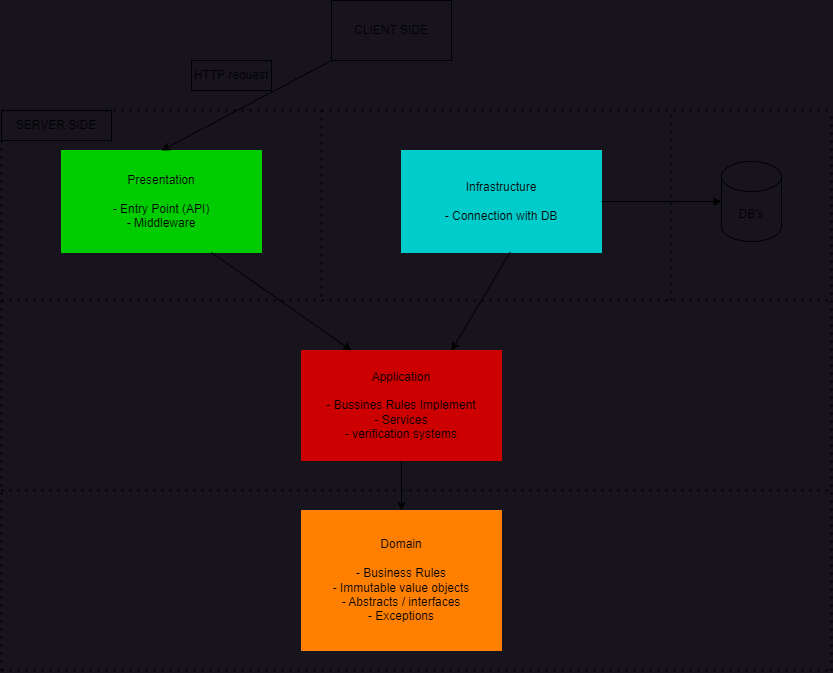
Before: documentation/ArchitectureServerSide.png, a diagram exported from draw.io (JhoelForero/arise_fragance_store). Source tidied: cells renumbered, new cells last; positions are measured from the earlier drawing's top-left corner, leaving out a move shared by most shapes.
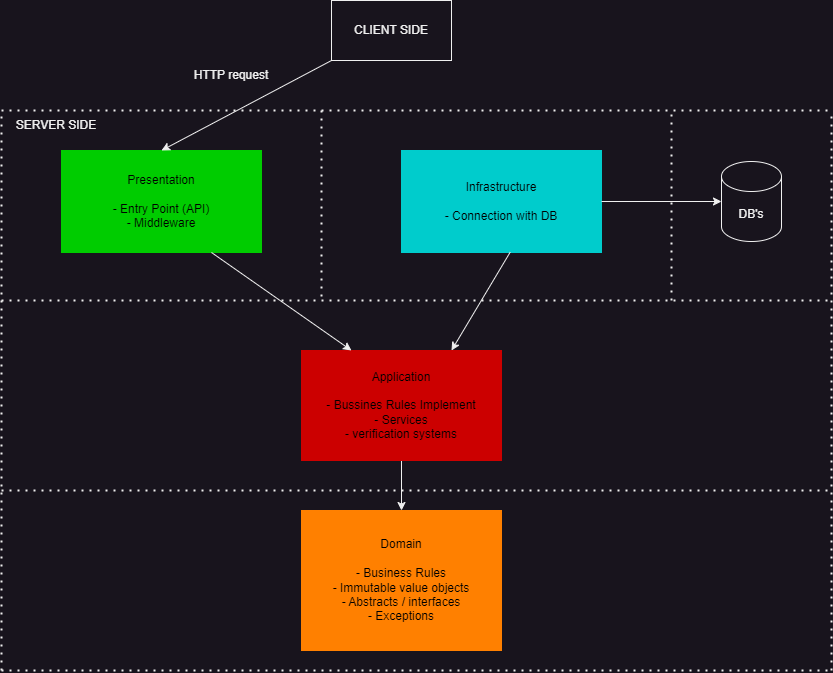
The same diagram one commit later.

Commit message:
changed background of achitecture diagram

What changed in the source:
```diff
@@ -2,7 +2,7 @@
   <root>
     <mxCell id="0" />
     <mxCell id="1" parent="0" />
-    <mxCell id="2" style="endArrow=none;dashed=1;html=1;dashPattern=1 3;strokeWidth=2;rounded=0;strokeColor=#000000;" parent="1" edge="1">
+    <mxCell id="2" style="endArrow=none;dashed=1;html=1;dashPattern=1 3;strokeWidth=2;rounded=0;" parent="1" edge="1">
       <mxGeometry relative="1" as="geometry">
         <mxPoint y="490" as="sourcePoint" />
         <mxPoint x="830" y="490" as="targetPoint" />
@@ -11,19 +11,19 @@
     <mxCell id="3" value="&lt;font color=&quot;#000000&quot;&gt;Domain&lt;/font&gt;&lt;div&gt;&lt;font color=&quot;#000000&quot;&gt;&lt;br&gt;&lt;/font&gt;&lt;div&gt;&lt;font color=&quot;#000000&quot;&gt;- Business Rules&lt;/font&gt;&lt;/div&gt;&lt;/div&gt;&lt;div&gt;&lt;font color=&quot;#000000&quot;&gt;- Immutable value objects&lt;/font&gt;&lt;/div&gt;&lt;div&gt;&lt;font color=&quot;#000000&quot;&gt;- Abstracts / interfaces&lt;/font&gt;&lt;/div&gt;&lt;div&gt;&lt;font color=&quot;#000000&quot;&gt;- Exceptions&lt;/font&gt;&lt;/div&gt;" style="rounded=0;whiteSpace=wrap;html=1;fillColor=#FF8000;shadow=0;strokeColor=#FF8000;" parent="1" vertex="1">
       <mxGeometry x="300" y="510" width="200" height="140" as="geometry" />
     </mxCell>
-    <mxCell id="4" style="endArrow=classic;html=1;rounded=0;entryX=0.5;entryY=0;entryDx=0;entryDy=0;exitX=0.5;exitY=1;exitDx=0;exitDy=0;strokeColor=#000000;" parent="1" edge="1" source="5" target="3">
+    <mxCell id="4" style="endArrow=classic;html=1;rounded=0;entryX=0.5;entryY=0;entryDx=0;entryDy=0;exitX=0.5;exitY=1;exitDx=0;exitDy=0;" parent="1" edge="1" source="5" target="3">
       <mxGeometry relative="1" as="geometry" />
     </mxCell>
     <mxCell id="5" value="&lt;font color=&quot;#000000&quot;&gt;Applicati&lt;span style=&quot;background-color: initial;&quot;&gt;on&lt;/span&gt;&lt;/font&gt;&lt;div&gt;&lt;font color=&quot;#000000&quot;&gt;&lt;br&gt;&lt;/font&gt;&lt;div&gt;&lt;div&gt;&lt;font color=&quot;#000000&quot;&gt;- Bussines Rules Implement&lt;/font&gt;&lt;/div&gt;&lt;div&gt;&lt;font color=&quot;#000000&quot;&gt;- Services&lt;/font&gt;&lt;/div&gt;&lt;/div&gt;&lt;/div&gt;&lt;div&gt;&lt;font color=&quot;#000000&quot;&gt;- verification systems&lt;/font&gt;&lt;/div&gt;" style="rounded=0;whiteSpace=wrap;html=1;fillColor=#CC0000;shadow=0;strokeColor=#CC0000;" parent="1" vertex="1">
       <mxGeometry x="300" y="350" width="200" height="110" as="geometry" />
     </mxCell>
-    <mxCell id="6" style="endArrow=none;dashed=1;html=1;dashPattern=1 3;strokeWidth=2;rounded=0;strokeColor=#000000;" parent="1" edge="1">
+    <mxCell id="6" style="endArrow=none;dashed=1;html=1;dashPattern=1 3;strokeWidth=2;rounded=0;" parent="1" edge="1">
       <mxGeometry relative="1" as="geometry">
         <mxPoint y="300" as="sourcePoint" />
         <mxPoint x="830" y="300" as="targetPoint" />
       </mxGeometry>
     </mxCell>
-    <mxCell id="7" style="endArrow=none;dashed=1;html=1;dashPattern=1 3;strokeWidth=2;rounded=0;strokeColor=#000000;" parent="1" edge="1">
+    <mxCell id="7" style="endArrow=none;dashed=1;html=1;dashPattern=1 3;strokeWidth=2;rounded=0;" parent="1" edge="1">
       <mxGeometry relative="1" as="geometry">
         <mxPoint x="320" y="296" as="sourcePoint" />
         <mxPoint x="320" y="106" as="targetPoint" />
@@ -32,61 +32,61 @@
     <mxCell id="8" value="&lt;font color=&quot;#000000&quot;&gt;Presentation&lt;/font&gt;&lt;div&gt;&lt;font color=&quot;#000000&quot;&gt;&lt;br&gt;&lt;/font&gt;&lt;/div&gt;&lt;div&gt;&lt;font color=&quot;#000000&quot;&gt;- Entry Point (API)&lt;/font&gt;&lt;/div&gt;&lt;div&gt;&lt;font color=&quot;#000000&quot;&gt;- Middleware&lt;/font&gt;&lt;/div&gt;" style="rounded=0;whiteSpace=wrap;html=1;fillColor=#00CC00;shadow=0;strokeColor=#00CC00;" parent="1" vertex="1">
       <mxGeometry x="60" y="150" width="200" height="102" as="geometry" />
     </mxCell>
-    <mxCell id="9" style="endArrow=classic;html=1;rounded=0;entryX=0.25;entryY=0;entryDx=0;entryDy=0;exitX=0.75;exitY=1;exitDx=0;exitDy=0;strokeColor=#000000;" parent="1" edge="1" source="8" target="5">
+    <mxCell id="9" style="endArrow=classic;html=1;rounded=0;entryX=0.25;entryY=0;entryDx=0;entryDy=0;exitX=0.75;exitY=1;exitDx=0;exitDy=0;" parent="1" edge="1" source="8" target="5">
       <mxGeometry relative="1" as="geometry" />
     </mxCell>
     <mxCell id="10" value="&lt;font color=&quot;#000000&quot;&gt;Infrastructure&lt;/font&gt;&lt;div&gt;&lt;font color=&quot;#000000&quot;&gt;&lt;br&gt;&lt;/font&gt;&lt;/div&gt;&lt;div&gt;&lt;font color=&quot;#000000&quot;&gt;- Connection with DB&lt;/font&gt;&lt;/div&gt;" style="rounded=0;whiteSpace=wrap;html=1;fillColor=#00CCCC;shadow=0;strokeColor=#00CCCC;" parent="1" vertex="1">
       <mxGeometry x="400" y="150" width="200" height="102" as="geometry" />
     </mxCell>
-    <mxCell id="11" style="endArrow=classic;html=1;rounded=0;exitX=0.544;exitY=0.995;exitDx=0;exitDy=0;entryX=0.75;entryY=0;entryDx=0;entryDy=0;exitPerimeter=0;strokeColor=#000000;" parent="1" edge="1" source="10" target="5">
+    <mxCell id="11" style="endArrow=classic;html=1;rounded=0;exitX=0.544;exitY=0.995;exitDx=0;exitDy=0;entryX=0.75;entryY=0;entryDx=0;entryDy=0;exitPerimeter=0;" parent="1" edge="1" source="10" target="5">
       <mxGeometry relative="1" as="geometry" />
     </mxCell>
-    <mxCell id="12" style="endArrow=none;dashed=1;html=1;dashPattern=1 3;strokeWidth=2;rounded=0;strokeColor=#000000;" parent="1" edge="1">
+    <mxCell id="12" style="endArrow=none;dashed=1;html=1;dashPattern=1 3;strokeWidth=2;rounded=0;" parent="1" edge="1">
       <mxGeometry relative="1" as="geometry">
         <mxPoint x="670" y="300" as="sourcePoint" />
         <mxPoint x="670" y="110" as="targetPoint" />
       </mxGeometry>
     </mxCell>
-    <mxCell id="13" value="&lt;font color=&quot;#000000&quot;&gt;DB's&lt;/font&gt;" style="shape=cylinder3;whiteSpace=wrap;html=1;boundedLbl=1;backgroundOutline=1;size=15;strokeColor=#000000;" parent="1" vertex="1">
+    <mxCell id="13" value="DB's" style="shape=cylinder3;whiteSpace=wrap;html=1;boundedLbl=1;backgroundOutline=1;size=15;" parent="1" vertex="1">
       <mxGeometry x="720" y="161" width="60" height="80" as="geometry" />
     </mxCell>
-    <mxCell id="14" style="endArrow=classic;html=1;rounded=0;exitX=1;exitY=0.5;exitDx=0;exitDy=0;entryX=0;entryY=0.5;entryDx=0;entryDy=0;entryPerimeter=0;strokeColor=#000000;" parent="1" edge="1" source="10" target="13">
+    <mxCell id="14" style="endArrow=classic;html=1;rounded=0;exitX=1;exitY=0.5;exitDx=0;exitDy=0;entryX=0;entryY=0.5;entryDx=0;entryDy=0;entryPerimeter=0;" parent="1" edge="1" source="10" target="13">
       <mxGeometry relative="1" as="geometry" />
     </mxCell>
-    <mxCell id="15" style="endArrow=none;dashed=1;html=1;dashPattern=1 3;strokeWidth=2;rounded=0;strokeColor=#000000;" parent="1" edge="1">
+    <mxCell id="15" style="endArrow=none;dashed=1;html=1;dashPattern=1 3;strokeWidth=2;rounded=0;" parent="1" edge="1">
       <mxGeometry relative="1" as="geometry">
         <mxPoint y="110" as="sourcePoint" />
         <mxPoint x="830" y="110" as="targetPoint" />
       </mxGeometry>
     </mxCell>
-    <mxCell id="16" value="&lt;font color=&quot;#000000&quot;&gt;CLIENT SIDE&lt;/font&gt;" style="rounded=0;whiteSpace=wrap;html=1;strokeColor=#000000;" parent="1" vertex="1">
+    <mxCell id="16" value="CLIENT SIDE" style="rounded=0;whiteSpace=wrap;html=1;" parent="1" vertex="1">
       <mxGeometry x="330" width="120" height="60" as="geometry" />
     </mxCell>
-    <mxCell id="17" style="endArrow=none;dashed=1;html=1;dashPattern=1 3;strokeWidth=2;rounded=0;strokeColor=#000000;" parent="1" edge="1">
+    <mxCell id="17" style="endArrow=none;dashed=1;html=1;dashPattern=1 3;strokeWidth=2;rounded=0;" parent="1" edge="1">
       <mxGeometry relative="1" as="geometry">
         <mxPoint y="670" as="sourcePoint" />
         <mxPoint y="110" as="targetPoint" />
       </mxGeometry>
     </mxCell>
-    <mxCell id="18" style="endArrow=none;dashed=1;html=1;dashPattern=1 3;strokeWidth=2;rounded=0;strokeColor=#000000;" parent="1" edge="1">
+    <mxCell id="18" style="endArrow=none;dashed=1;html=1;dashPattern=1 3;strokeWidth=2;rounded=0;" parent="1" edge="1">
       <mxGeometry relative="1" as="geometry">
         <mxPoint x="830" y="670" as="sourcePoint" />
         <mxPoint x="830" y="110" as="targetPoint" />
       </mxGeometry>
     </mxCell>
-    <mxCell id="19" style="endArrow=none;dashed=1;html=1;dashPattern=1 3;strokeWidth=2;rounded=0;strokeColor=#000000;" parent="1" edge="1">
+    <mxCell id="19" style="endArrow=none;dashed=1;html=1;dashPattern=1 3;strokeWidth=2;rounded=0;" parent="1" edge="1">
       <mxGeometry relative="1" as="geometry">
         <mxPoint y="670" as="sourcePoint" />
         <mxPoint x="830" y="670" as="targetPoint" />
       </mxGeometry>
     </mxCell>
-    <mxCell id="20" style="endArrow=classic;html=1;rounded=0;exitX=0;exitY=1;exitDx=0;exitDy=0;entryX=0.5;entryY=0;entryDx=0;entryDy=0;strokeColor=#000000;" parent="1" edge="1" source="16" target="8">
+    <mxCell id="20" style="endArrow=classic;html=1;rounded=0;exitX=0;exitY=1;exitDx=0;exitDy=0;entryX=0.5;entryY=0;entryDx=0;entryDy=0;" parent="1" edge="1" source="16" target="8">
       <mxGeometry relative="1" as="geometry" />
     </mxCell>
-    <mxCell id="21" value="&lt;font color=&quot;#000000&quot;&gt;SERVER SIDE&lt;/font&gt;" style="text;html=1;align=center;verticalAlign=middle;whiteSpace=wrap;rounded=0;strokeColor=#000000;" parent="1" vertex="1">
+    <mxCell id="21" value="SERVER SIDE" style="text;html=1;align=center;verticalAlign=middle;whiteSpace=wrap;rounded=0;" parent="1" vertex="1">
       <mxGeometry y="110" width="110" height="30" as="geometry" />
     </mxCell>
-    <mxCell id="22" value="&lt;font color=&quot;#000000&quot;&gt;HTTP request&lt;/font&gt;" style="text;html=1;align=center;verticalAlign=middle;whiteSpace=wrap;rounded=0;strokeColor=#000000;" parent="1" vertex="1">
+    <mxCell id="22" value="HTTP request" style="text;html=1;align=center;verticalAlign=middle;whiteSpace=wrap;rounded=0;" parent="1" vertex="1">
       <mxGeometry x="190" y="60" width="80" height="30" as="geometry" />
     </mxCell>
   </root>
```
